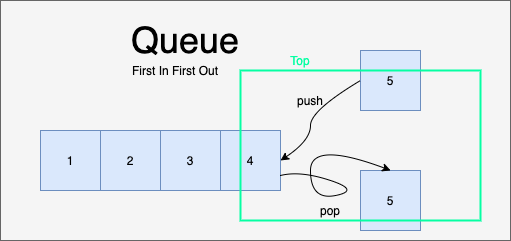
The draw.io diagram post/Stack.png in psy-g/data, before a commit. Source tidied: cells renumbered, new cells last; positions are measured from the earlier drawing's top-left corner, leaving out a move shared by most shapes.
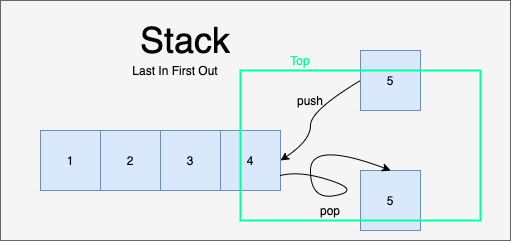
Later version of the same file.

What changed in the source:
```diff
@@ -17,10 +17,10 @@
     <mxCell id="6" value="4" style="rounded=0;whiteSpace=wrap;html=1;fillColor=#dae8fc;strokeColor=#6c8ebf;" parent="1" vertex="1">
       <mxGeometry x="220" y="130" width="60" height="60" as="geometry" />
     </mxCell>
-    <mxCell id="7" value="&lt;font style=&quot;font-size: 36px&quot;&gt;Queue&lt;/font&gt;" style="text;html=1;strokeColor=none;fillColor=none;align=center;verticalAlign=middle;whiteSpace=wrap;rounded=0;" parent="1" vertex="1">
+    <mxCell id="7" value="&lt;font style=&quot;font-size: 36px&quot;&gt;Stack&lt;/font&gt;" style="text;html=1;strokeColor=none;fillColor=none;align=center;verticalAlign=middle;whiteSpace=wrap;rounded=0;" parent="1" vertex="1">
       <mxGeometry x="60" y="30" width="250" height="20" as="geometry" />
     </mxCell>
-    <mxCell id="8" value="First In First Out" style="text;html=1;strokeColor=none;fillColor=none;align=center;verticalAlign=middle;whiteSpace=wrap;rounded=0;" parent="1" vertex="1">
+    <mxCell id="8" value="Last In First Out" style="text;html=1;strokeColor=none;fillColor=none;align=center;verticalAlign=middle;whiteSpace=wrap;rounded=0;" parent="1" vertex="1">
       <mxGeometry x="110" y="60" width="130" height="20" as="geometry" />
     </mxCell>
     <mxCell id="9" value="5" style="rounded=0;whiteSpace=wrap;html=1;fillColor=#dae8fc;strokeColor=#6c8ebf;" parent="1" vertex="1">
```
